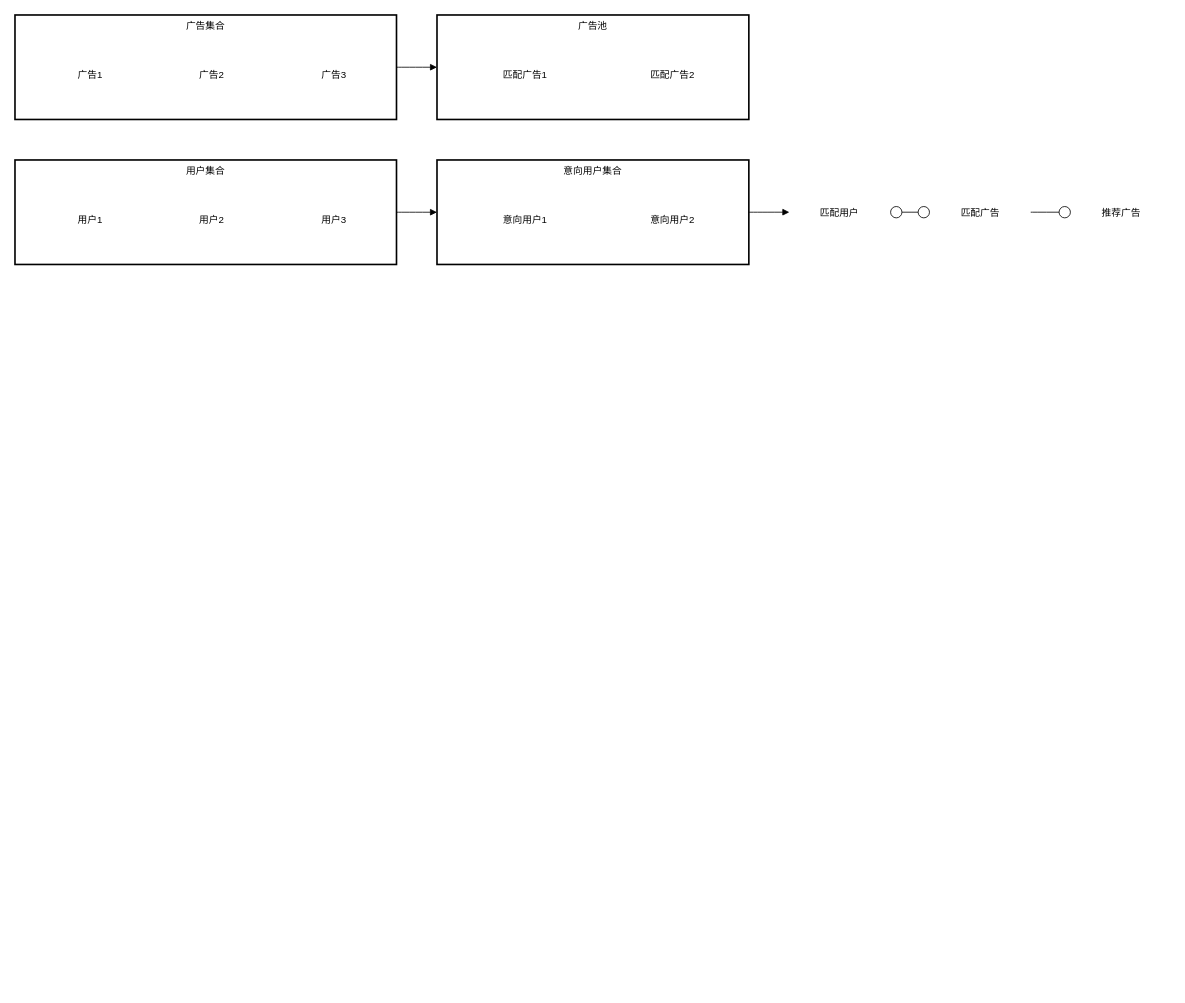
The draw.io diagram i2i小模型.drawio in TimDengx86/diag, before the edit. Source tidied: cells renumbered, new cells numbered last; positions are measured from the earlier drawing's top-left corner, leaving out a move shared by most shapes. Both pictures are drawn from the tidied source at 81%, with x=0, y=0 at pixel (15, 15).
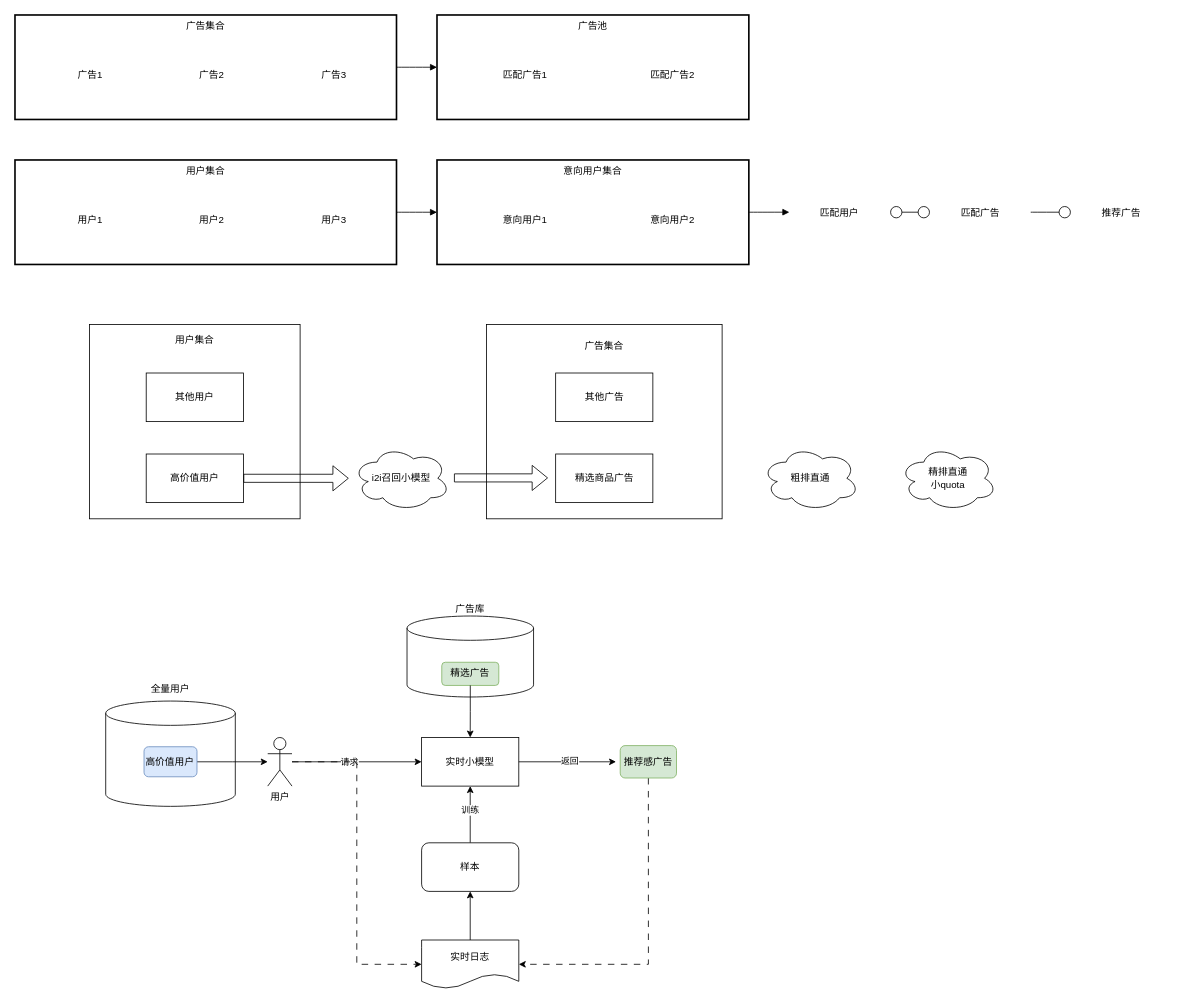
After the change.

Commit message:
更新i2i小模型.drawio

Diff of the diagram source:
```diff
@@
+    <mxCell id="24" style="group;" parent="1" vertex="1">
+      <mxGeometry x="484" y="742" width="156.2" height="100" as="geometry" />
+    </mxCell>
+    <mxCell id="25" value="广告库&lt;div&gt;&lt;br&gt;&lt;/div&gt;&lt;div&gt;&lt;br&gt;&lt;/div&gt;&lt;div&gt;&lt;br&gt;&lt;/div&gt;&lt;div&gt;&lt;br&gt;&lt;/div&gt;&lt;div&gt;&lt;br&gt;&lt;/div&gt;&lt;div&gt;&lt;br&gt;&lt;/div&gt;&lt;div&gt;&lt;br&gt;&lt;/div&gt;&lt;div&gt;&lt;br&gt;&lt;/div&gt;&lt;div&gt;&lt;br&gt;&lt;/div&gt;&lt;div&gt;&lt;br&gt;&lt;/div&gt;" style="shape=cylinder3;whiteSpace=wrap;html=1;boundedLbl=1;backgroundOutline=1;size=15;" parent="24" vertex="1">
+      <mxGeometry width="156.2" height="100" as="geometry" />
+    </mxCell>
+    <mxCell id="26" value="精选广告" style="rounded=1;whiteSpace=wrap;html=1;fillColor=#d5e8d4;strokeColor=#82b366;" parent="24" vertex="1">
+      <mxGeometry x="42.9" y="57.1" width="70.4" height="28.6" as="geometry" />
+    </mxCell>
@@
+    <mxCell id="27" value="用户集合&lt;div&gt;&lt;br&gt;&lt;/div&gt;&lt;div&gt;&lt;br&gt;&lt;/div&gt;&lt;div&gt;&lt;br&gt;&lt;/div&gt;&lt;div&gt;&lt;br&gt;&lt;/div&gt;&lt;div&gt;&lt;br&gt;&lt;div&gt;&lt;br&gt;&lt;/div&gt;&lt;div&gt;&lt;br&gt;&lt;/div&gt;&lt;div&gt;&lt;br&gt;&lt;/div&gt;&lt;div&gt;&lt;br&gt;&lt;/div&gt;&lt;div&gt;&lt;br&gt;&lt;/div&gt;&lt;div&gt;&lt;br&gt;&lt;/div&gt;&lt;div&gt;&lt;br&gt;&lt;/div&gt;&lt;div&gt;&lt;br&gt;&lt;/div&gt;&lt;div&gt;&lt;br&gt;&lt;/div&gt;&lt;/div&gt;" style="rounded=0;whiteSpace=wrap;html=1;" parent="1" vertex="1">
+      <mxGeometry x="92" y="382" width="260" height="240" as="geometry" />
+    </mxCell>
+    <mxCell id="28" value="高价值用户" style="rounded=0;whiteSpace=wrap;html=1;" parent="1" vertex="1">
+      <mxGeometry x="162" y="542" width="120" height="60" as="geometry" />
+    </mxCell>
+    <mxCell id="29" value="广告集合&lt;div&gt;&lt;br&gt;&lt;/div&gt;&lt;div&gt;&lt;br&gt;&lt;/div&gt;&lt;div&gt;&lt;br&gt;&lt;/div&gt;&lt;div&gt;&lt;br&gt;&lt;/div&gt;&lt;div&gt;&lt;br&gt;&lt;/div&gt;&lt;div&gt;&lt;br&gt;&lt;/div&gt;&lt;div&gt;&lt;br&gt;&lt;/div&gt;&lt;div&gt;&lt;br&gt;&lt;/div&gt;&lt;div&gt;&lt;br&gt;&lt;/div&gt;&lt;div&gt;&lt;br&gt;&lt;/div&gt;&lt;div&gt;&lt;br&gt;&lt;/div&gt;&lt;div&gt;&lt;br&gt;&lt;/div&gt;&lt;div&gt;&lt;br&gt;&lt;/div&gt;" style="rounded=0;whiteSpace=wrap;html=1;" parent="1" vertex="1">
+      <mxGeometry x="582" y="382" width="291" height="240" as="geometry" />
+    </mxCell>
+    <mxCell id="30" value="精选商品广告" style="rounded=0;whiteSpace=wrap;html=1;" parent="1" vertex="1">
+      <mxGeometry x="667.5" y="542" width="120" height="60" as="geometry" />
+    </mxCell>
+    <mxCell id="31" value="其他广告" style="rounded=0;whiteSpace=wrap;html=1;" parent="1" vertex="1">
+      <mxGeometry x="667.5" y="442" width="120" height="60" as="geometry" />
+    </mxCell>
+    <mxCell id="32" value="i2i召回小模型" style="ellipse;shape=cloud;whiteSpace=wrap;html=1;" parent="1" vertex="1">
+      <mxGeometry x="417" y="532" width="120" height="80" as="geometry" />
+    </mxCell>
+    <mxCell id="33" style="shape=flexArrow;endArrow=classic;html=1;rounded=0;exitX=1;exitY=0.5;exitDx=0;exitDy=0;" parent="1" edge="1" source="28">
+      <mxGeometry relative="1" as="geometry">
+        <mxPoint x="412" y="572" as="targetPoint" />
+      </mxGeometry>
+    </mxCell>
+    <mxCell id="34" style="shape=flexArrow;endArrow=classic;html=1;rounded=0;exitX=1;exitY=0.5;exitDx=0;exitDy=0;" parent="1" edge="1">
+      <mxGeometry relative="1" as="geometry">
+        <mxPoint x="542" y="571.5" as="sourcePoint" />
+        <mxPoint x="658" y="571.5" as="targetPoint" />
+      </mxGeometry>
+    </mxCell>
+    <mxCell id="35" value="粗排直通" style="ellipse;shape=cloud;whiteSpace=wrap;html=1;" parent="1" vertex="1">
+      <mxGeometry x="922" y="532" width="120" height="80" as="geometry" />
+    </mxCell>
+    <mxCell id="36" value="精排直通&lt;div&gt;小quota&lt;/div&gt;" style="ellipse;shape=cloud;whiteSpace=wrap;html=1;" parent="1" vertex="1">
+      <mxGeometry x="1092" y="532" width="120" height="80" as="geometry" />
+    </mxCell>
+    <mxCell id="37" value="其他用户" style="rounded=0;whiteSpace=wrap;html=1;" parent="1" vertex="1">
+      <mxGeometry x="162" y="442" width="120" height="60" as="geometry" />
+    </mxCell>
+    <mxCell id="38" value="实时小模型" style="rounded=0;whiteSpace=wrap;html=1;" parent="1" vertex="1">
+      <mxGeometry x="502" y="892" width="120" height="60" as="geometry" />
+    </mxCell>
+    <mxCell id="39" style="edgeStyle=orthogonalEdgeStyle;rounded=0;jettySize=auto;html=1;" parent="1" edge="1" source="42" target="38">
+      <mxGeometry relative="1" as="geometry" />
+    </mxCell>
+    <mxCell id="40" value="请求" style="edgeLabel;html=1;align=center;verticalAlign=middle;" parent="39" vertex="1">
+      <mxGeometry x="-0.12" y="1" relative="1" as="geometry" />
+    </mxCell>
+    <mxCell id="41" style="edgeStyle=orthogonalEdgeStyle;rounded=0;jettySize=auto;html=1;entryX=0;entryY=0.5;entryDx=0;entryDy=0;dashed=1;dashPattern=8 8;" parent="1" edge="1" source="42" target="54">
+      <mxGeometry relative="1" as="geometry" />
+    </mxCell>
+    <mxCell id="42" value="用户" style="shape=umlActor;verticalLabelPosition=bottom;verticalAlign=top;html=1;outlineConnect=0;" parent="1" vertex="1">
+      <mxGeometry x="312" y="892" width="30" height="60" as="geometry" />
+    </mxCell>
+    <mxCell id="43" style="endArrow=classic;html=1;rounded=0;exitX=1;exitY=0.5;exitDx=0;exitDy=0;" parent="1" edge="1" source="38">
+      <mxGeometry relative="1" as="geometry">
+        <mxPoint x="742" y="922" as="targetPoint" />
+      </mxGeometry>
+    </mxCell>
+    <mxCell id="44" value="返回" style="edgeLabel;html=1;align=center;verticalAlign=middle;" parent="43" vertex="1">
+      <mxGeometry x="0.03" y="2" relative="1" as="geometry" />
+    </mxCell>
+    <mxCell id="45" style="edgeStyle=orthogonalEdgeStyle;rounded=0;jettySize=auto;html=1;entryX=1;entryY=0.5;entryDx=0;entryDy=0;exitX=0.5;exitY=1;exitDx=0;exitDy=0;dashed=1;dashPattern=8 8;" parent="1" edge="1" source="46" target="54">
+      <mxGeometry relative="1" as="geometry" />
+    </mxCell>
+    <mxCell id="46" value="推荐感广告" style="rounded=1;whiteSpace=wrap;html=1;fillColor=#d5e8d4;strokeColor=#82b366;" parent="1" vertex="1">
+      <mxGeometry x="747.2" y="902" width="69.5" height="40" as="geometry" />
+    </mxCell>
+    <mxCell id="47" value="全量用户&lt;div&gt;&lt;br&gt;&lt;/div&gt;&lt;div&gt;&lt;br&gt;&lt;/div&gt;&lt;div&gt;&lt;br&gt;&lt;/div&gt;&lt;div&gt;&lt;br&gt;&lt;/div&gt;&lt;div&gt;&lt;br&gt;&lt;/div&gt;&lt;div&gt;&lt;br&gt;&lt;/div&gt;&lt;div&gt;&lt;br&gt;&lt;/div&gt;&lt;div&gt;&lt;br&gt;&lt;/div&gt;&lt;div&gt;&lt;br&gt;&lt;/div&gt;&lt;div&gt;&lt;br&gt;&lt;/div&gt;&lt;div&gt;&lt;br&gt;&lt;/div&gt;&lt;div&gt;&lt;br&gt;&lt;/div&gt;&lt;div&gt;&lt;br&gt;&lt;/div&gt;" style="shape=cylinder3;whiteSpace=wrap;html=1;boundedLbl=1;backgroundOutline=1;size=15;" parent="1" vertex="1">
+      <mxGeometry x="112" y="847" width="160" height="130" as="geometry" />
+    </mxCell>
+    <mxCell id="48" style="edgeStyle=orthogonalEdgeStyle;rounded=0;jettySize=auto;html=1;" parent="1" edge="1" source="49" target="42">
+      <mxGeometry relative="1" as="geometry" />
+    </mxCell>
+    <mxCell id="49" value="高价值用户" style="rounded=1;whiteSpace=wrap;html=1;fillColor=#dae8fc;strokeColor=#6c8ebf;" parent="1" vertex="1">
+      <mxGeometry x="159.3" y="903.4" width="65.4" height="37.1" as="geometry" />
+    </mxCell>
+    <mxCell id="50" style="edgeStyle=orthogonalEdgeStyle;rounded=0;jettySize=auto;html=1;exitX=0.5;exitY=1;exitDx=0;exitDy=0;entryX=0.5;entryY=0;entryDx=0;entryDy=0;" parent="1" edge="1" source="26" target="38">
+      <mxGeometry relative="1" as="geometry" />
+    </mxCell>
+    <mxCell id="51" style="edgeStyle=orthogonalEdgeStyle;rounded=0;jettySize=auto;html=1;exitX=0.5;exitY=0;exitDx=0;exitDy=0;" parent="1" edge="1" source="55" target="38">
+      <mxGeometry relative="1" as="geometry" />
+    </mxCell>
+    <mxCell id="52" value="训练" style="edgeLabel;html=1;align=center;verticalAlign=middle;" parent="51" vertex="1">
+      <mxGeometry x="0.18" y="1" relative="1" as="geometry" />
+    </mxCell>
+    <mxCell id="53" style="edgeStyle=orthogonalEdgeStyle;rounded=0;jettySize=auto;html=1;" parent="1" edge="1" source="54" target="55">
+      <mxGeometry relative="1" as="geometry" />
+    </mxCell>
+    <mxCell id="54" value="实时日志" style="shape=document;whiteSpace=wrap;html=1;boundedLbl=1;" parent="1" vertex="1">
+      <mxGeometry x="502" y="1142" width="120" height="60" as="geometry" />
+    </mxCell>
+    <mxCell id="55" value="样本" style="rounded=1;whiteSpace=wrap;html=1;" parent="1" vertex="1">
+      <mxGeometry x="502" y="1022" width="120" height="60" as="geometry" />
+    </mxCell>
```
